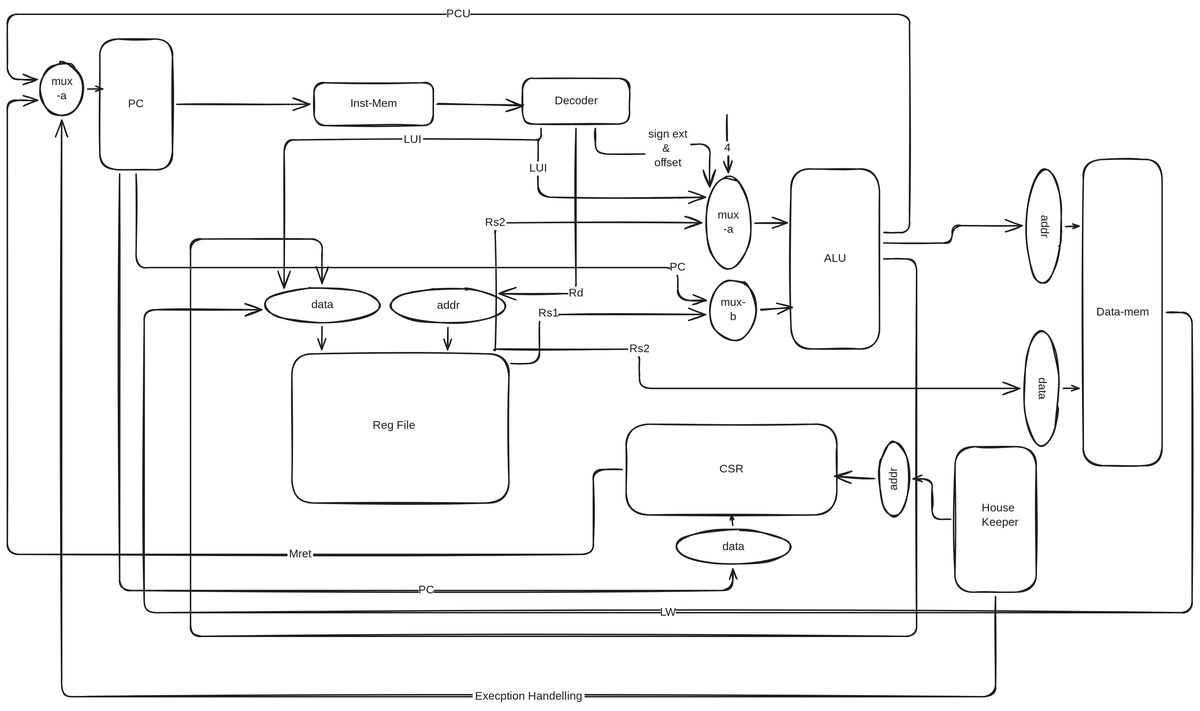
Above: img/Overview.svg in thatdanish/RippleV (Excalidraw), before the change. Source tidied: one line per element, renumbered; positions are measured from the earlier drawing's top-left corner, leaving out a move shared by most shapes.
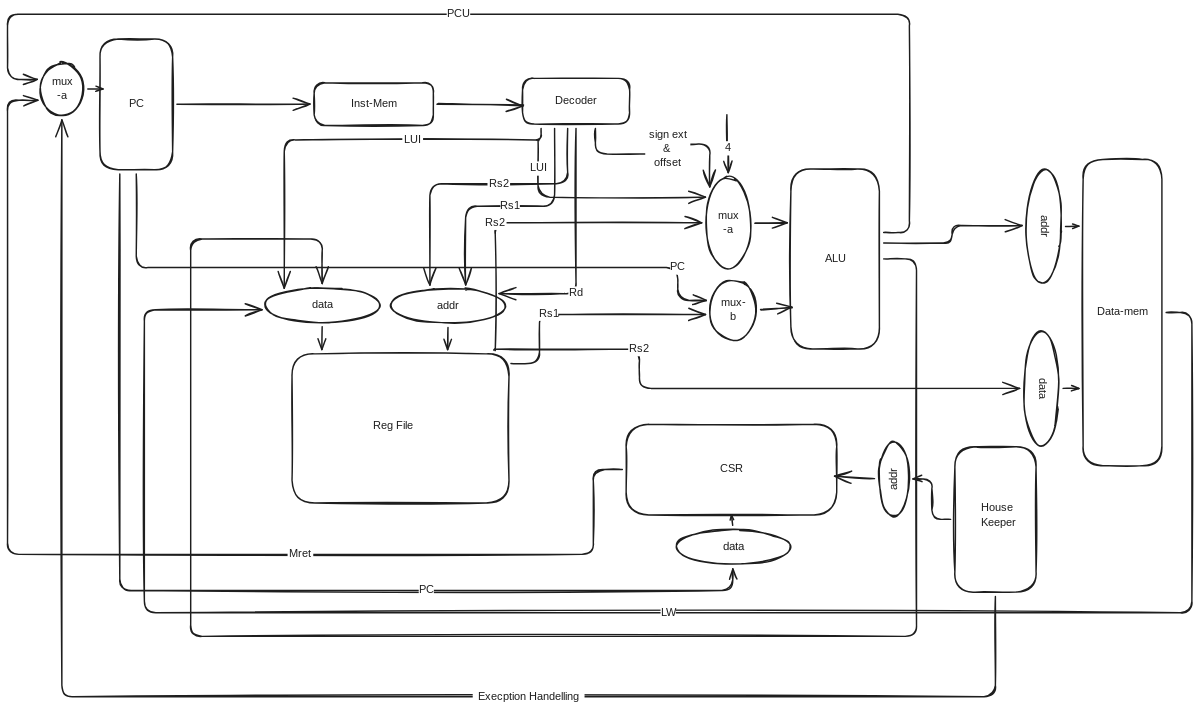
After the change.

Change to the diagram source:
```diff
@@ -74,3 +74,7 @@
 {"id": 73, "type": "arrow", "strokeColor": "#1e1e1e", "strokeWidth": 2, "roughness": 1, "endArrowhead": "arrow", "from": 70, "to": 56, "x": 1215, "y": 667, "width": 56, "height": 3, "points": [[0, 0], [-56, -3]]}
 {"id": 74, "type": "arrow", "strokeColor": "#1e1e1e", "strokeWidth": 2, "roughness": 1, "endArrowhead": "arrow", "from": 68, "to": 63, "x": 1384, "y": 832, "width": 1308, "height": 808, "points": [[0, 0], [0, 141], [-1308, 141], [-1308, -668]]}
 {"id": 75, "type": "text", "text": "Execption Handelling", "strokeColor": "#1e1e1e", "strokeWidth": 2, "roughness": 1, "fontSize": 16, "fontFamily": 5, "textAlign": "center", "verticalAlign": "middle", "inside": 74, "x": 652, "y": 963, "width": 157, "height": 20}
+{"id": 76, "type": "arrow", "strokeColor": "#1e1e1e", "strokeWidth": 2, "roughness": 1, "endArrowhead": "arrow", "from": 2, "to": 19, "x": 767, "y": 176, "width": 125, "height": 219, "points": [[0, 0], [0, 109], [-125, 109], [-125, 219]]}
+{"id": 77, "type": "text", "text": "Rs1", "strokeColor": "#1e1e1e", "strokeWidth": 2, "roughness": 1, "fontSize": 16, "fontFamily": 5, "textAlign": "center", "verticalAlign": "middle", "inside": 76, "x": 691, "y": 275, "width": 27, "height": 20}
+{"id": 78, "type": "arrow", "strokeColor": "#1e1e1e", "strokeWidth": 2, "roughness": 1, "endArrowhead": "arrow", "from": 2, "to": 19, "x": 785, "y": 176, "width": 193, "height": 219, "points": [[0, 0], [0, 78], [-193, 78], [-193, 219]]}
+{"id": 79, "type": "text", "text": "Rs2", "strokeColor": "#1e1e1e", "strokeWidth": 2, "roughness": 1, "fontSize": 16, "fontFamily": 5, "textAlign": "center", "verticalAlign": "middle", "inside": 78, "x": 672, "y": 244, "width": 32, "height": 20}
```
